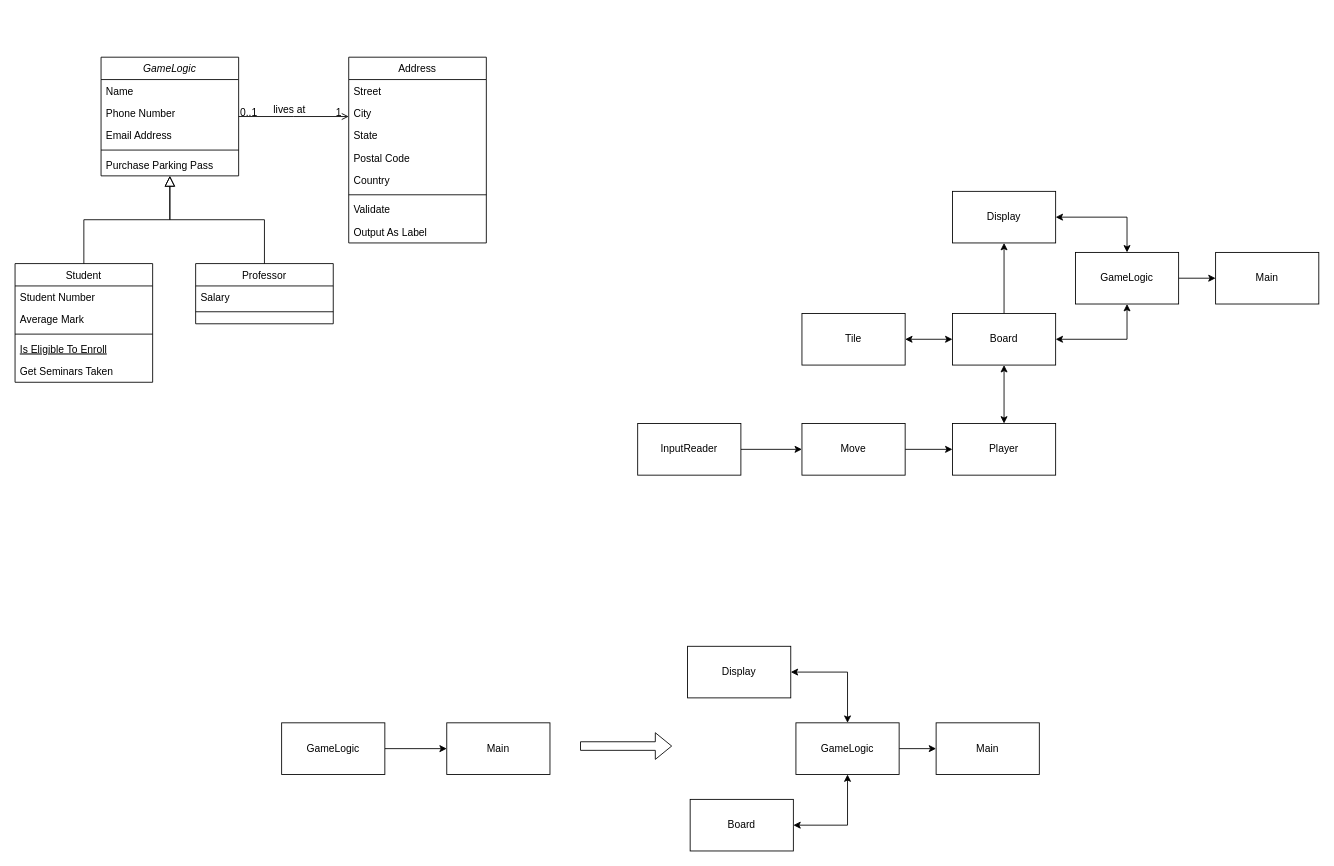
Above: Untitled Diagram.drawio in karim-daw/connect4-game (draw.io), before the change. Source tidied: cells renumbered, new cells numbered last; positions are measured from the earlier drawing's top-left corner, leaving out a move shared by most shapes. Both pictures are drawn from the tidied source at 86%, with x=0, y=0 at pixel (15, 57).
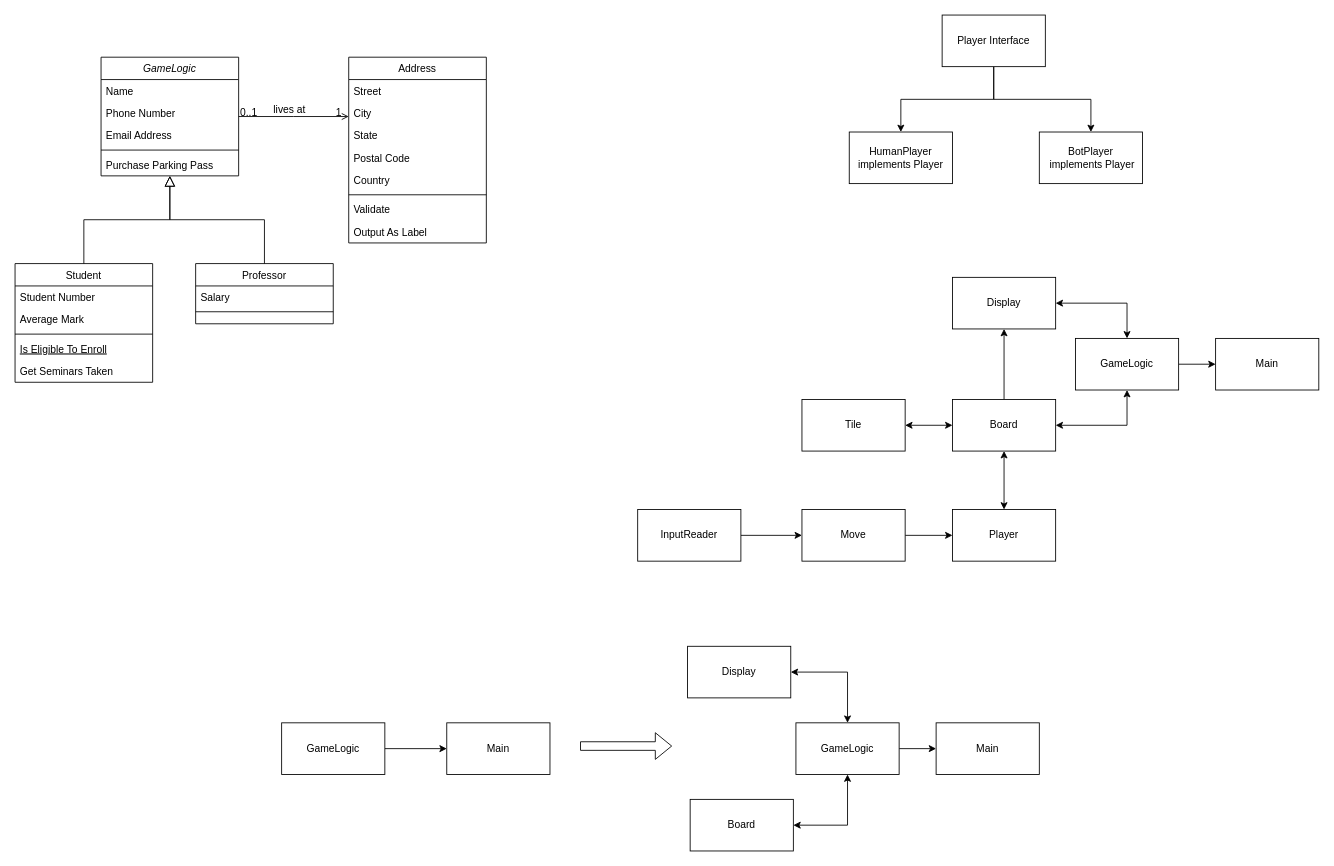
Above is the later version.

Commit message:
connecting modules

Diff of the diagram source:
```diff
@@
     <mxCell id="45" value="GameLogic" style="rounded=0;whiteSpace=wrap;html=1;" parent="1" vertex="1">
-      <mxGeometry x="1233" y="227" width="120" height="60" as="geometry" />
+      <mxGeometry x="1233" y="327" width="120" height="60" as="geometry" />
     </mxCell>
@@
     <mxCell id="47" value="Display" style="rounded=0;whiteSpace=wrap;html=1;" parent="1" vertex="1">
-      <mxGeometry x="1090" y="156" width="120" height="60" as="geometry" />
+      <mxGeometry x="1090" y="256" width="120" height="60" as="geometry" />
     </mxCell>
@@
     <mxCell id="49" value="Board" style="rounded=0;whiteSpace=wrap;html=1;" parent="1" vertex="1">
-      <mxGeometry x="1090" y="298" width="120" height="60" as="geometry" />
+      <mxGeometry x="1090" y="398" width="120" height="60" as="geometry" />
     </mxCell>
     <mxCell id="50" value="Main" style="whiteSpace=wrap;html=1;rounded=0;" parent="1" vertex="1">
-      <mxGeometry x="1396" y="227" width="120" height="60" as="geometry" />
+      <mxGeometry x="1396" y="327" width="120" height="60" as="geometry" />
     </mxCell>
@@
     <mxCell id="52" value="Player" style="rounded=0;whiteSpace=wrap;html=1;" parent="1" vertex="1">
-      <mxGeometry x="1090" y="426" width="120" height="60" as="geometry" />
+      <mxGeometry x="1090" y="526" width="120" height="60" as="geometry" />
     </mxCell>
@@
     <mxCell id="54" value="Tile" style="rounded=0;whiteSpace=wrap;html=1;" parent="1" vertex="1">
-      <mxGeometry x="915" y="298" width="120" height="60" as="geometry" />
+      <mxGeometry x="915" y="398" width="120" height="60" as="geometry" />
     </mxCell>
@@
     <mxCell id="56" value="Move" style="rounded=0;whiteSpace=wrap;html=1;" parent="1" vertex="1">
-      <mxGeometry x="915" y="426" width="120" height="60" as="geometry" />
+      <mxGeometry x="915" y="526" width="120" height="60" as="geometry" />
     </mxCell>
@@
     <mxCell id="58" value="InputReader" style="rounded=0;whiteSpace=wrap;html=1;" parent="1" vertex="1">
-      <mxGeometry x="724" y="426" width="120" height="60" as="geometry" />
+      <mxGeometry x="724" y="526" width="120" height="60" as="geometry" />
     </mxCell>
+    <mxCell id="59" style="edgeStyle=orthogonalEdgeStyle;rounded=0;jettySize=auto;html=1;startArrow=none;startFill=0;" parent="1" edge="1" source="61" target="62">
+      <mxGeometry relative="1" as="geometry" />
+    </mxCell>
+    <mxCell id="60" style="edgeStyle=orthogonalEdgeStyle;rounded=0;jettySize=auto;html=1;exitX=0.5;exitY=1;exitDx=0;exitDy=0;entryX=0.5;entryY=0;entryDx=0;entryDy=0;startArrow=none;startFill=0;" parent="1" edge="1" source="61" target="63">
+      <mxGeometry relative="1" as="geometry" />
+    </mxCell>
+    <mxCell id="61" value="Player Interface" style="rounded=0;whiteSpace=wrap;html=1;" parent="1" vertex="1">
+      <mxGeometry x="1078" y="-49" width="120" height="60" as="geometry" />
+    </mxCell>
+    <mxCell id="62" value="HumanPlayer implements Player" style="whiteSpace=wrap;html=1;rounded=0;" parent="1" vertex="1">
+      <mxGeometry x="970" y="87" width="120" height="60" as="geometry" />
+    </mxCell>
+    <mxCell id="63" value="BotPlayer&lt;br&gt;&amp;nbsp;implements Player" style="whiteSpace=wrap;html=1;rounded=0;" parent="1" vertex="1">
+      <mxGeometry x="1191" y="87" width="120" height="60" as="geometry" />
+    </mxCell>
```
